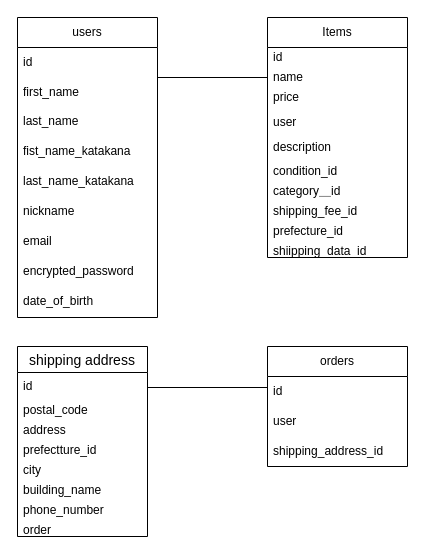
Above: test.dio in yusukenemoto12345/furima39956_2 (draw.io), before the change. Source tidied: cells renumbered, new cells numbered last; positions are measured from the earlier drawing's top-left corner, leaving out a move shared by most shapes. Both pictures are drawn from the tidied source at 100%, with x=0, y=0 at pixel (17, 17).
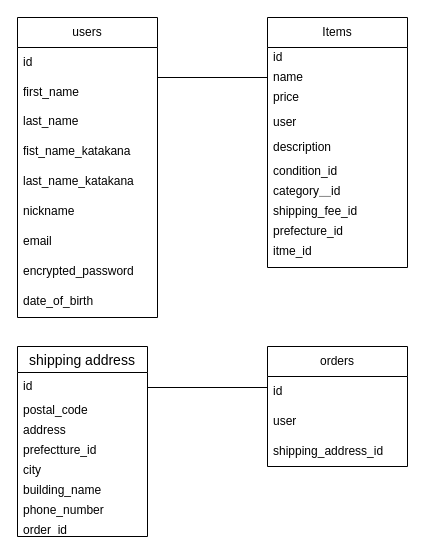
After the change.

The change refers to these unchanged cells:
```xml
<mxCell id="27" value="shipping address" style="swimlane;fontStyle=0;horizontal=1;startSize=26;align=center;fontSize=14;" parent="1" vertex="1">
  <mxGeometry y="329" width="130" height="190" as="geometry" />
</mxCell>
```

The edit, as a diff of the source:
```diff
@@
     <mxCell id="2" value="Items" style="swimlane;fontStyle=0;horizontal=1;startSize=30;whiteSpace=wrap;html=1;" parent="1" vertex="1">
-      <mxGeometry x="250" width="140" height="240" as="geometry" />
+      <mxGeometry x="250" width="140" height="250" as="geometry" />
     </mxCell>
@@
-    <mxCell id="12" value="shiipping_data_id" style="text;strokeColor=none;fillColor=none;spacingLeft=4;spacingRight=4;overflow=hidden;fontSize=12;" parent="2" vertex="1">
-      <mxGeometry y="220" width="140" height="20" as="geometry" />
-    </mxCell>
+    <mxCell id="38" value="itme_id" style="text;strokeColor=none;fillColor=none;spacingLeft=4;spacingRight=4;overflow=hidden;fontSize=12;" parent="2" vertex="1">
+      <mxGeometry y="220" width="140" height="30" as="geometry" />
+    </mxCell>
@@
-    <mxCell id="35" value="order" style="text;strokeColor=none;fillColor=none;spacingLeft=4;spacingRight=4;overflow=hidden;fontSize=12;" parent="27" vertex="1">
+    <mxCell id="35" value="order_id" style="text;strokeColor=none;fillColor=none;spacingLeft=4;spacingRight=4;overflow=hidden;fontSize=12;" parent="27" vertex="1">
       <mxGeometry y="170" width="130" height="20" as="geometry" />
     </mxCell>
```
